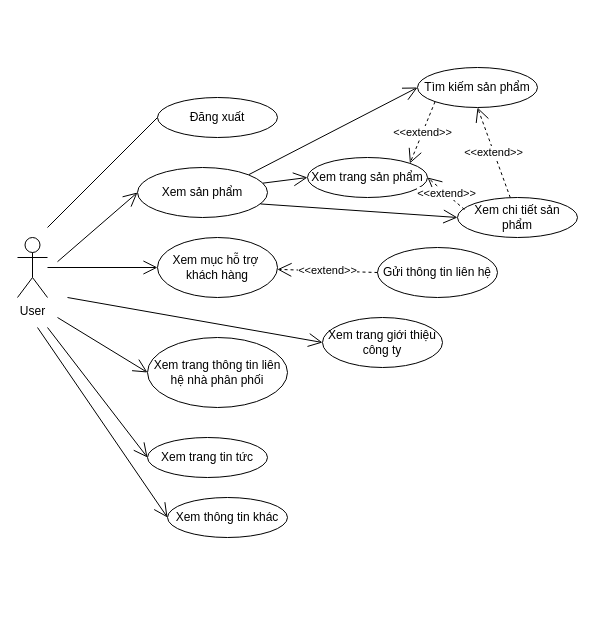
The draw.io diagram Use Case/userUC.drawio in hoangminh15/PTTKHT, before the edit. Source tidied: cells renumbered, new cells numbered last; positions are measured from the earlier drawing's top-left corner, leaving out a move shared by most shapes. Both pictures are drawn from the tidied source at 100%, with x=0, y=0 at pixel (17, 67).
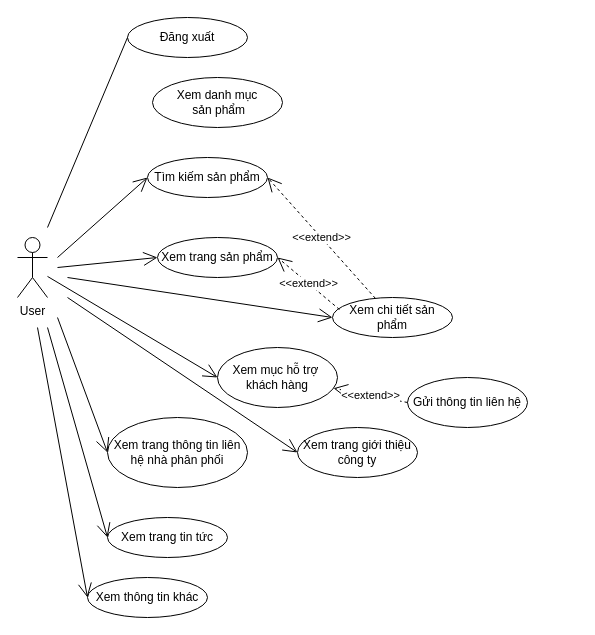
Above is the later version.

What changed in the source:
```diff
@@
     <mxCell id="3" value="Xem chi tiết sản phẩm" style="ellipse;whiteSpace=wrap;html=1;" parent="1" vertex="1">
-      <mxGeometry x="440" y="130" width="120" height="40" as="geometry" />
+      <mxGeometry x="315" y="230" width="120" height="40" as="geometry" />
     </mxCell>
     <mxCell id="4" value="Xem trang sản phẩm" style="ellipse;whiteSpace=wrap;html=1;" parent="1" vertex="1">
-      <mxGeometry x="290" y="90" width="120" height="40" as="geometry" />
+      <mxGeometry x="140" y="170" width="120" height="40" as="geometry" />
     </mxCell>
     <mxCell id="5" value="Xem trang tin tức" style="ellipse;whiteSpace=wrap;html=1;" parent="1" vertex="1">
-      <mxGeometry x="130" y="370" width="120" height="40" as="geometry" />
+      <mxGeometry x="90" y="450" width="120" height="40" as="geometry" />
     </mxCell>
     <mxCell id="6" value="Xem trang thông tin liên hệ nhà phân phối" style="ellipse;whiteSpace=wrap;html=1;" parent="1" vertex="1">
-      <mxGeometry x="130" y="270" width="140" height="70" as="geometry" />
+      <mxGeometry x="90" y="350" width="140" height="70" as="geometry" />
     </mxCell>
     <mxCell id="7" value="Gửi thông tin liên hệ" style="ellipse;whiteSpace=wrap;html=1;" parent="1" vertex="1">
-      <mxGeometry x="360" y="180" width="120" height="50" as="geometry" />
+      <mxGeometry x="390" y="310" width="120" height="50" as="geometry" />
     </mxCell>
     <mxCell id="8" value="Xem mục hỗ trợ&amp;nbsp;&lt;br&gt;khách hàng" style="ellipse;whiteSpace=wrap;html=1;" parent="1" vertex="1">
-      <mxGeometry x="140" y="170" width="120" height="60" as="geometry" />
+      <mxGeometry x="200" y="280" width="120" height="60" as="geometry" />
     </mxCell>
     <mxCell id="9" value="Xem thông tin khác" style="ellipse;whiteSpace=wrap;html=1;" parent="1" vertex="1">
-      <mxGeometry x="150" y="430" width="120" height="40" as="geometry" />
+      <mxGeometry x="70" y="510" width="120" height="40" as="geometry" />
     </mxCell>
@@
     <mxCell id="11" value="Xem trang giới thiệu công ty" style="ellipse;whiteSpace=wrap;html=1;" parent="1" vertex="1">
-      <mxGeometry x="305" y="250" width="120" height="50" as="geometry" />
+      <mxGeometry x="280" y="360" width="120" height="50" as="geometry" />
     </mxCell>
@@
-    <mxCell id="13" style="endArrow=open;endFill=1;endSize=12;html=1;entryX=0;entryY=0.5;entryDx=0;entryDy=0;exitX=0.946;exitY=0.729;exitDx=0;exitDy=0;exitPerimeter=0;" parent="1" edge="1" source="26" target="3">
-      <mxGeometry relative="1" as="geometry" />
-    </mxCell>
-    <mxCell id="14" style="endArrow=open;endFill=1;endSize=12;html=1;entryX=0;entryY=0.5;entryDx=0;entryDy=0;exitX=0.962;exitY=0.314;exitDx=0;exitDy=0;exitPerimeter=0;" parent="1" edge="1" source="26" target="4">
-      <mxGeometry relative="1" as="geometry" />
-    </mxCell>
@@
     <mxCell id="20" value="Đăng xuất" style="ellipse;whiteSpace=wrap;html=1;" parent="1" vertex="1">
-      <mxGeometry x="140" y="30" width="120" height="40" as="geometry" />
+      <mxGeometry x="110" y="-50" width="120" height="40" as="geometry" />
     </mxCell>
@@
     <mxCell id="22" value="Tìm kiếm sản phẩm" style="ellipse;whiteSpace=wrap;html=1;" parent="1" vertex="1">
-      <mxGeometry x="400" width="120" height="40" as="geometry" />
+      <mxGeometry x="130" y="90" width="120" height="40" as="geometry" />
     </mxCell>
-    <mxCell id="23" style="endArrow=open;endFill=1;endSize=12;html=1;entryX=0;entryY=0.5;entryDx=0;entryDy=0;exitX=1;exitY=0;exitDx=0;exitDy=0;" parent="1" edge="1" source="26" target="22">
-      <mxGeometry relative="1" as="geometry" />
-    </mxCell>
-    <mxCell id="24" value="&amp;lt;&amp;lt;extend&amp;gt;&amp;gt;" style="endArrow=open;endSize=12;dashed=1;html=1;exitX=0;exitY=1;exitDx=0;exitDy=0;entryX=1;entryY=0;entryDx=0;entryDy=0;" parent="1" edge="1" source="22" target="4">
-      <mxGeometry relative="1" as="geometry" />
-    </mxCell>
-    <mxCell id="25" value="&amp;lt;&amp;lt;extend&amp;gt;&amp;gt;" style="endArrow=open;endSize=12;dashed=1;html=1;entryX=0.5;entryY=1;entryDx=0;entryDy=0;" parent="1" edge="1" source="3" target="22">
+    <mxCell id="25" value="&amp;lt;&amp;lt;extend&amp;gt;&amp;gt;" style="endArrow=open;endSize=12;dashed=1;html=1;entryX=1;entryY=0.5;entryDx=0;entryDy=0;" parent="1" edge="1" source="3" target="22">
       <mxGeometry relative="1" as="geometry" />
     </mxCell>
-    <mxCell id="26" value="Xem sản phẩm" style="ellipse;whiteSpace=wrap;html=1;" parent="1" vertex="1">
-      <mxGeometry x="120" y="100" width="130" height="50" as="geometry" />
+    <mxCell id="26" value="Xem danh mục&lt;br&gt;&amp;nbsp;sản phẩm" style="ellipse;whiteSpace=wrap;html=1;" parent="1" vertex="1">
+      <mxGeometry x="135" y="10" width="130" height="50" as="geometry" />
     </mxCell>
-    <mxCell id="27" style="endArrow=open;endFill=1;endSize=12;html=1;entryX=0;entryY=0.5;entryDx=0;entryDy=0;" parent="1" edge="1" target="26">
-      <mxGeometry relative="1" as="geometry">
-        <mxPoint x="40" y="194.2" as="sourcePoint" />
-      </mxGeometry>
-    </mxCell>
+    <mxCell id="28" style="endArrow=open;endFill=1;endSize=12;html=1;entryX=0;entryY=0.5;entryDx=0;entryDy=0;" parent="1" edge="1" target="22">
+      <mxGeometry relative="1" as="geometry">
+        <mxPoint x="40" y="190" as="sourcePoint" />
+      </mxGeometry>
+    </mxCell>
+    <mxCell id="29" style="endArrow=open;endFill=1;endSize=12;html=1;entryX=0;entryY=0.5;entryDx=0;entryDy=0;" parent="1" edge="1" target="4">
+      <mxGeometry relative="1" as="geometry">
+        <mxPoint x="40" y="200" as="sourcePoint" />
+      </mxGeometry>
+    </mxCell>
+    <mxCell id="30" style="endArrow=open;endFill=1;endSize=12;html=1;entryX=0;entryY=0.5;entryDx=0;entryDy=0;" parent="1" edge="1" target="3">
+      <mxGeometry relative="1" as="geometry">
+        <mxPoint x="50" y="210" as="sourcePoint" />
+      </mxGeometry>
+    </mxCell>
```
